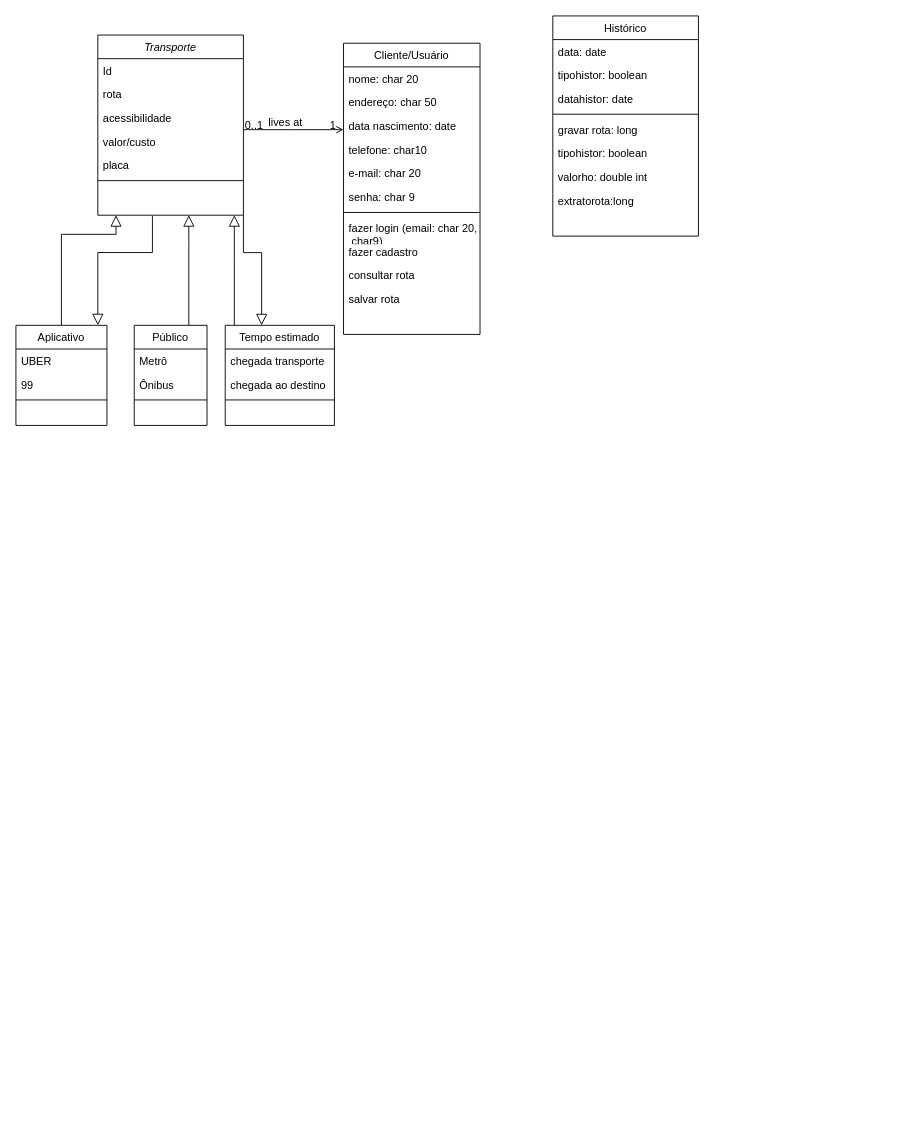
appmoovifast/Documentacao keeps this draw.io diagram as Diagrama de Classe - moovifast.drawio. Above is the earlier version. Source tidied: cells renumbered, new cells numbered last; positions are measured from the earlier drawing's top-left corner, leaving out a move shared by most shapes. Both pictures are drawn from the tidied source at 91%, with x=0, y=0 at pixel (15, 15).
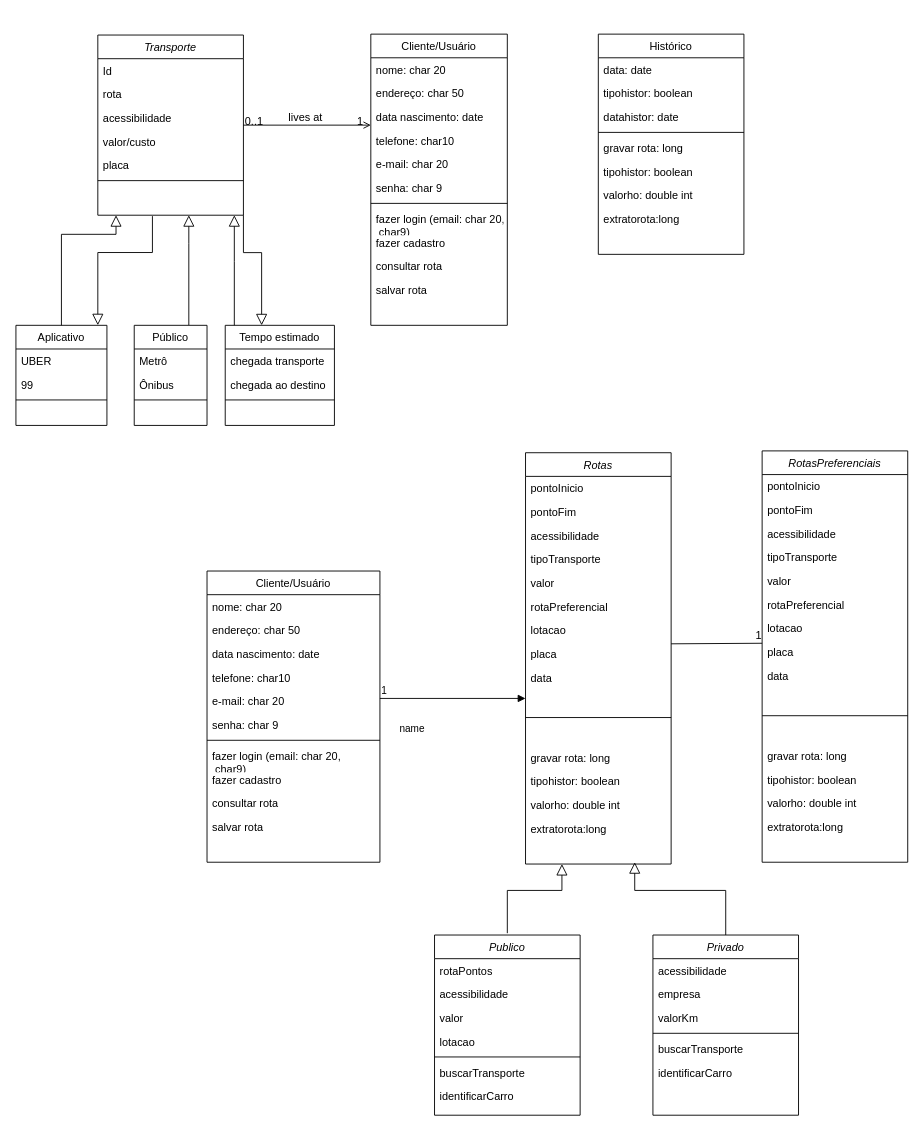
Above is the later version.

The edit, as a diff of the source:
```diff
@@
     <mxCell id="14" value="Cliente/Usuário" style="swimlane;fontStyle=0;align=center;verticalAlign=top;horizontal=1;startSize=26;rounded=0;shadow=0;strokeWidth=1;" parent="1" vertex="1">
-      <mxGeometry x="360" y="30" width="150" height="320" as="geometry" />
+      <mxGeometry x="390" y="20" width="150" height="320" as="geometry" />
     </mxCell>
@@
     <mxCell id="30" value="Histórico" style="swimlane;fontStyle=0;align=center;verticalAlign=top;horizontal=1;startSize=26;rounded=0;shadow=0;strokeWidth=1;" parent="1" vertex="1">
-      <mxGeometry x="590" width="160" height="242" as="geometry" />
+      <mxGeometry x="640" y="20" width="160" height="242" as="geometry" />
     </mxCell>
@@
+    <mxCell id="51" value="Publico" style="swimlane;fontStyle=2;align=center;verticalAlign=top;horizontal=1;startSize=26;rounded=0;shadow=0;strokeWidth=1;" parent="1" vertex="1">
+      <mxGeometry x="460" y="1010" width="160" height="198" as="geometry" />
+    </mxCell>
+    <mxCell id="52" value="rotaPontos" style="text;align=left;verticalAlign=top;spacingLeft=4;spacingRight=4;overflow=hidden;rounded=0;shadow=0;html=0;" parent="51" vertex="1">
+      <mxGeometry y="26" width="160" height="26" as="geometry" />
+    </mxCell>
+    <mxCell id="53" value="acessibilidade" style="text;align=left;verticalAlign=top;spacingLeft=4;spacingRight=4;overflow=hidden;rounded=0;shadow=0;html=0;" parent="51" vertex="1">
+      <mxGeometry y="52" width="160" height="26" as="geometry" />
+    </mxCell>
+    <mxCell id="54" value="valor" style="text;align=left;verticalAlign=top;spacingLeft=4;spacingRight=4;overflow=hidden;rounded=0;shadow=0;html=0;" parent="51" vertex="1">
+      <mxGeometry y="78" width="160" height="26" as="geometry" />
+    </mxCell>
+    <mxCell id="55" value="lotacao" style="text;align=left;verticalAlign=top;spacingLeft=4;spacingRight=4;overflow=hidden;rounded=0;shadow=0;html=0;" parent="51" vertex="1">
+      <mxGeometry y="104" width="160" height="26" as="geometry" />
+    </mxCell>
+    <mxCell id="56" style="line;html=1;strokeWidth=1;align=left;verticalAlign=middle;spacingTop=-1;spacingLeft=3;spacingRight=3;labelPosition=right;" parent="51" vertex="1">
+      <mxGeometry y="130" width="160" height="8" as="geometry" />
+    </mxCell>
+    <mxCell id="57" value="buscarTransporte" style="text;align=left;verticalAlign=top;spacingLeft=4;spacingRight=4;overflow=hidden;" parent="51" vertex="1">
+      <mxGeometry y="138" width="160" height="26" as="geometry" />
+    </mxCell>
+    <mxCell id="58" value="identificarCarro" style="text;align=left;verticalAlign=top;spacingLeft=4;spacingRight=4;overflow=hidden;" parent="51" vertex="1">
+      <mxGeometry y="164" width="160" height="26" as="geometry" />
+    </mxCell>
+    <mxCell id="59" value="Privado" style="swimlane;fontStyle=2;align=center;verticalAlign=top;horizontal=1;startSize=26;rounded=0;shadow=0;strokeWidth=1;" parent="1" vertex="1">
+      <mxGeometry x="700" y="1010" width="160" height="198" as="geometry" />
+    </mxCell>
+    <mxCell id="60" value="acessibilidade" style="text;align=left;verticalAlign=top;spacingLeft=4;spacingRight=4;overflow=hidden;rounded=0;shadow=0;html=0;" parent="59" vertex="1">
+      <mxGeometry y="26" width="160" height="26" as="geometry" />
+    </mxCell>
+    <mxCell id="61" value="empresa" style="text;align=left;verticalAlign=top;spacingLeft=4;spacingRight=4;overflow=hidden;rounded=0;shadow=0;html=0;" parent="59" vertex="1">
+      <mxGeometry y="52" width="160" height="26" as="geometry" />
+    </mxCell>
+    <mxCell id="62" value="valorKm" style="text;align=left;verticalAlign=top;spacingLeft=4;spacingRight=4;overflow=hidden;rounded=0;shadow=0;html=0;" parent="59" vertex="1">
+      <mxGeometry y="78" width="160" height="26" as="geometry" />
+    </mxCell>
+    <mxCell id="63" style="line;html=1;strokeWidth=1;align=left;verticalAlign=middle;spacingTop=-1;spacingLeft=3;spacingRight=3;labelPosition=right;" parent="59" vertex="1">
+      <mxGeometry y="104" width="160" height="8" as="geometry" />
+    </mxCell>
+    <mxCell id="64" value="buscarTransporte" style="text;align=left;verticalAlign=top;spacingLeft=4;spacingRight=4;overflow=hidden;" parent="59" vertex="1">
+      <mxGeometry y="112" width="160" height="26" as="geometry" />
+    </mxCell>
+    <mxCell id="65" value="identificarCarro" style="text;align=left;verticalAlign=top;spacingLeft=4;spacingRight=4;overflow=hidden;" parent="59" vertex="1">
+      <mxGeometry y="138" width="160" height="26" as="geometry" />
+    </mxCell>
+    <mxCell id="66" value="Rotas" style="swimlane;fontStyle=2;align=center;verticalAlign=top;horizontal=1;startSize=26;rounded=0;shadow=0;strokeWidth=1;" parent="1" vertex="1">
+      <mxGeometry x="560" y="480" width="160" height="452" as="geometry" />
+    </mxCell>
+    <mxCell id="67" value="pontoInicio" style="text;align=left;verticalAlign=top;spacingLeft=4;spacingRight=4;overflow=hidden;rounded=0;shadow=0;html=0;" parent="66" vertex="1">
+      <mxGeometry y="26" width="160" height="26" as="geometry" />
+    </mxCell>
+    <mxCell id="68" value="pontoFim" style="text;align=left;verticalAlign=top;spacingLeft=4;spacingRight=4;overflow=hidden;rounded=0;shadow=0;html=0;" parent="66" vertex="1">
+      <mxGeometry y="52" width="160" height="26" as="geometry" />
+    </mxCell>
+    <mxCell id="69" value="acessibilidade" style="text;align=left;verticalAlign=top;spacingLeft=4;spacingRight=4;overflow=hidden;rounded=0;shadow=0;html=0;" parent="66" vertex="1">
+      <mxGeometry y="78" width="160" height="26" as="geometry" />
+    </mxCell>
+    <mxCell id="70" value="tipoTransporte" style="text;align=left;verticalAlign=top;spacingLeft=4;spacingRight=4;overflow=hidden;rounded=0;shadow=0;html=0;" parent="66" vertex="1">
+      <mxGeometry y="104" width="160" height="26" as="geometry" />
+    </mxCell>
+    <mxCell id="71" value="valor" style="text;align=left;verticalAlign=top;spacingLeft=4;spacingRight=4;overflow=hidden;rounded=0;shadow=0;html=0;" parent="66" vertex="1">
+      <mxGeometry y="130" width="160" height="26" as="geometry" />
+    </mxCell>
+    <mxCell id="72" value="rotaPreferencial" style="text;align=left;verticalAlign=top;spacingLeft=4;spacingRight=4;overflow=hidden;rounded=0;shadow=0;html=0;" parent="66" vertex="1">
+      <mxGeometry y="156" width="160" height="26" as="geometry" />
+    </mxCell>
+    <mxCell id="73" value="lotacao" style="text;align=left;verticalAlign=top;spacingLeft=4;spacingRight=4;overflow=hidden;rounded=0;shadow=0;html=0;" parent="66" vertex="1">
+      <mxGeometry y="182" width="160" height="26" as="geometry" />
+    </mxCell>
+    <mxCell id="74" value="placa" style="text;align=left;verticalAlign=top;spacingLeft=4;spacingRight=4;overflow=hidden;rounded=0;shadow=0;html=0;" parent="66" vertex="1">
+      <mxGeometry y="208" width="160" height="26" as="geometry" />
+    </mxCell>
+    <mxCell id="75" value="data" style="text;align=left;verticalAlign=top;spacingLeft=4;spacingRight=4;overflow=hidden;rounded=0;shadow=0;html=0;" parent="66" vertex="1">
+      <mxGeometry y="234" width="160" height="26" as="geometry" />
+    </mxCell>
+    <mxCell id="76" style="line;html=1;strokeWidth=1;align=left;verticalAlign=middle;spacingTop=-1;spacingLeft=3;spacingRight=3;labelPosition=right;" parent="66" vertex="1">
+      <mxGeometry y="260" width="160" height="62" as="geometry" />
+    </mxCell>
+    <mxCell id="77" value="gravar rota: long" style="text;align=left;verticalAlign=top;spacingLeft=4;spacingRight=4;overflow=hidden;" parent="66" vertex="1">
+      <mxGeometry y="322" width="160" height="26" as="geometry" />
+    </mxCell>
+    <mxCell id="78" value="tipohistor: boolean" style="text;align=left;verticalAlign=top;spacingLeft=4;spacingRight=4;overflow=hidden;" parent="66" vertex="1">
+      <mxGeometry y="348" width="160" height="26" as="geometry" />
+    </mxCell>
+    <mxCell id="79" value="valorho: double int" style="text;align=left;verticalAlign=top;spacingLeft=4;spacingRight=4;overflow=hidden;" parent="66" vertex="1">
+      <mxGeometry y="374" width="160" height="26" as="geometry" />
+    </mxCell>
+    <mxCell id="80" value="extratorota:long" style="text;align=left;verticalAlign=top;spacingLeft=4;spacingRight=4;overflow=hidden;" parent="66" vertex="1">
+      <mxGeometry y="400" width="160" height="26" as="geometry" />
+    </mxCell>
+    <mxCell id="81" value="Cliente/Usuário" style="swimlane;fontStyle=0;align=center;verticalAlign=top;horizontal=1;startSize=26;rounded=0;shadow=0;strokeWidth=1;" parent="1" vertex="1">
+      <mxGeometry x="210" y="610" width="190" height="320" as="geometry" />
+    </mxCell>
+    <mxCell id="82" value="nome: char 20" style="text;align=left;verticalAlign=top;spacingLeft=4;spacingRight=4;overflow=hidden;" parent="81" vertex="1">
+      <mxGeometry y="26" width="190" height="26" as="geometry" />
+    </mxCell>
+    <mxCell id="83" value="endereço: char 50" style="text;align=left;verticalAlign=top;spacingLeft=4;spacingRight=4;overflow=hidden;rounded=0;shadow=0;html=0;" parent="81" vertex="1">
+      <mxGeometry y="52" width="190" height="26" as="geometry" />
+    </mxCell>
+    <mxCell id="84" value="data nascimento: date" style="text;align=left;verticalAlign=top;spacingLeft=4;spacingRight=4;overflow=hidden;rounded=0;shadow=0;html=0;" parent="81" vertex="1">
+      <mxGeometry y="78" width="190" height="26" as="geometry" />
+    </mxCell>
+    <mxCell id="85" value="telefone: char10" style="text;align=left;verticalAlign=top;spacingLeft=4;spacingRight=4;overflow=hidden;rounded=0;shadow=0;html=0;" parent="81" vertex="1">
+      <mxGeometry y="104" width="190" height="26" as="geometry" />
+    </mxCell>
+    <mxCell id="86" value="e-mail: char 20" style="text;align=left;verticalAlign=top;spacingLeft=4;spacingRight=4;overflow=hidden;rounded=0;shadow=0;html=0;" parent="81" vertex="1">
+      <mxGeometry y="130" width="190" height="26" as="geometry" />
+    </mxCell>
+    <mxCell id="87" value="senha: char 9" style="text;align=left;verticalAlign=top;spacingLeft=4;spacingRight=4;overflow=hidden;rounded=0;shadow=0;html=0;" parent="81" vertex="1">
+      <mxGeometry y="156" width="190" height="26" as="geometry" />
+    </mxCell>
+    <mxCell id="88" style="line;html=1;strokeWidth=1;align=left;verticalAlign=middle;spacingTop=-1;spacingLeft=3;spacingRight=3;labelPosition=right;" parent="81" vertex="1">
+      <mxGeometry y="182" width="190" height="8" as="geometry" />
+    </mxCell>
+    <mxCell id="89" value="fazer login (email: char 20,&#10; char9)" style="text;align=left;verticalAlign=top;spacingLeft=4;spacingRight=4;overflow=hidden;" parent="81" vertex="1">
+      <mxGeometry y="190" width="190" height="26" as="geometry" />
+    </mxCell>
+    <mxCell id="90" value="fazer cadastro" style="text;align=left;verticalAlign=top;spacingLeft=4;spacingRight=4;overflow=hidden;" parent="81" vertex="1">
+      <mxGeometry y="216" width="190" height="26" as="geometry" />
+    </mxCell>
+    <mxCell id="91" value="consultar rota" style="text;align=left;verticalAlign=top;spacingLeft=4;spacingRight=4;overflow=hidden;" parent="81" vertex="1">
+      <mxGeometry y="242" width="190" height="26" as="geometry" />
+    </mxCell>
+    <mxCell id="92" value="salvar rota" style="text;align=left;verticalAlign=top;spacingLeft=4;spacingRight=4;overflow=hidden;" parent="81" vertex="1">
+      <mxGeometry y="268" width="190" height="26" as="geometry" />
+    </mxCell>
+    <mxCell id="93" value="name" style="endArrow=block;endFill=1;html=1;edgeStyle=orthogonalEdgeStyle;align=left;verticalAlign=top;" parent="1" edge="1">
+      <mxGeometry x="-0.75" y="-20" relative="1" as="geometry">
+        <mxPoint x="400" y="750" as="sourcePoint" />
+        <mxPoint x="560" y="750" as="targetPoint" />
+      </mxGeometry>
+    </mxCell>
+    <mxCell id="94" value="1" style="edgeLabel;html=1;align=left;verticalAlign=bottom;" parent="93" vertex="1">
+      <mxGeometry x="-1" relative="1" as="geometry" />
+    </mxCell>
+    <mxCell id="95" style="endArrow=block;endSize=10;endFill=0;shadow=0;strokeWidth=1;rounded=0;edgeStyle=elbowEdgeStyle;elbow=vertical;" parent="1" edge="1" source="59">
+      <mxGeometry relative="1" as="geometry">
+        <mxPoint x="680" y="930" as="targetPoint" />
+        <Array as="points">
+          <mxPoint x="680" y="961" />
+        </Array>
+      </mxGeometry>
+    </mxCell>
+    <mxCell id="96" style="endArrow=block;endSize=10;endFill=0;shadow=0;strokeWidth=1;rounded=0;edgeStyle=elbowEdgeStyle;elbow=vertical;entryX=0.25;entryY=1;entryDx=0;entryDy=0;" parent="1" edge="1" target="66">
+      <mxGeometry relative="1" as="geometry">
+        <mxPoint x="540" y="1008" as="sourcePoint" />
+        <Array as="points">
+          <mxPoint x="570" y="961" />
+        </Array>
+      </mxGeometry>
+    </mxCell>
+    <mxCell id="97" value="RotasPreferenciais" style="swimlane;fontStyle=2;align=center;verticalAlign=top;horizontal=1;startSize=26;rounded=0;shadow=0;strokeWidth=1;" parent="1" vertex="1">
+      <mxGeometry x="820" y="478" width="160" height="452" as="geometry" />
+    </mxCell>
+    <mxCell id="98" value="pontoInicio" style="text;align=left;verticalAlign=top;spacingLeft=4;spacingRight=4;overflow=hidden;rounded=0;shadow=0;html=0;" parent="97" vertex="1">
+      <mxGeometry y="26" width="160" height="26" as="geometry" />
+    </mxCell>
+    <mxCell id="99" value="pontoFim" style="text;align=left;verticalAlign=top;spacingLeft=4;spacingRight=4;overflow=hidden;rounded=0;shadow=0;html=0;" parent="97" vertex="1">
+      <mxGeometry y="52" width="160" height="26" as="geometry" />
+    </mxCell>
+    <mxCell id="100" value="acessibilidade" style="text;align=left;verticalAlign=top;spacingLeft=4;spacingRight=4;overflow=hidden;rounded=0;shadow=0;html=0;" parent="97" vertex="1">
+      <mxGeometry y="78" width="160" height="26" as="geometry" />
+    </mxCell>
+    <mxCell id="101" value="tipoTransporte" style="text;align=left;verticalAlign=top;spacingLeft=4;spacingRight=4;overflow=hidden;rounded=0;shadow=0;html=0;" parent="97" vertex="1">
+      <mxGeometry y="104" width="160" height="26" as="geometry" />
+    </mxCell>
+    <mxCell id="102" value="valor" style="text;align=left;verticalAlign=top;spacingLeft=4;spacingRight=4;overflow=hidden;rounded=0;shadow=0;html=0;" parent="97" vertex="1">
+      <mxGeometry y="130" width="160" height="26" as="geometry" />
+    </mxCell>
+    <mxCell id="103" value="rotaPreferencial" style="text;align=left;verticalAlign=top;spacingLeft=4;spacingRight=4;overflow=hidden;rounded=0;shadow=0;html=0;" parent="97" vertex="1">
+      <mxGeometry y="156" width="160" height="26" as="geometry" />
+    </mxCell>
+    <mxCell id="104" value="lotacao" style="text;align=left;verticalAlign=top;spacingLeft=4;spacingRight=4;overflow=hidden;rounded=0;shadow=0;html=0;" parent="97" vertex="1">
+      <mxGeometry y="182" width="160" height="26" as="geometry" />
+    </mxCell>
+    <mxCell id="105" value="placa" style="text;align=left;verticalAlign=top;spacingLeft=4;spacingRight=4;overflow=hidden;points=[[0,0.5],[1,0.5]];portConstraint=eastwest;rounded=0;shadow=0;html=0;" parent="97" vertex="1">
+      <mxGeometry y="208" width="160" height="26" as="geometry" />
+    </mxCell>
+    <mxCell id="106" value="data" style="text;align=left;verticalAlign=top;spacingLeft=4;spacingRight=4;overflow=hidden;rounded=0;shadow=0;html=0;" parent="97" vertex="1">
+      <mxGeometry y="234" width="160" height="26" as="geometry" />
+    </mxCell>
+    <mxCell id="107" style="line;html=1;strokeWidth=1;align=left;verticalAlign=middle;spacingTop=-1;spacingLeft=3;spacingRight=3;labelPosition=right;" parent="97" vertex="1">
+      <mxGeometry y="260" width="160" height="62" as="geometry" />
+    </mxCell>
+    <mxCell id="108" value="gravar rota: long" style="text;align=left;verticalAlign=top;spacingLeft=4;spacingRight=4;overflow=hidden;" parent="97" vertex="1">
+      <mxGeometry y="322" width="160" height="26" as="geometry" />
+    </mxCell>
+    <mxCell id="109" value="tipohistor: boolean" style="text;align=left;verticalAlign=top;spacingLeft=4;spacingRight=4;overflow=hidden;" parent="97" vertex="1">
+      <mxGeometry y="348" width="160" height="26" as="geometry" />
+    </mxCell>
+    <mxCell id="110" value="valorho: double int" style="text;align=left;verticalAlign=top;spacingLeft=4;spacingRight=4;overflow=hidden;" parent="97" vertex="1">
+      <mxGeometry y="374" width="160" height="26" as="geometry" />
+    </mxCell>
+    <mxCell id="111" value="extratorota:long" style="text;align=left;verticalAlign=top;spacingLeft=4;spacingRight=4;overflow=hidden;" parent="97" vertex="1">
+      <mxGeometry y="400" width="160" height="26" as="geometry" />
+    </mxCell>
+    <mxCell id="112" style="endArrow=none;html=1;rounded=0;entryX=0;entryY=0.13;entryDx=0;entryDy=0;entryPerimeter=0;" parent="1" edge="1" target="105">
+      <mxGeometry relative="1" as="geometry">
+        <mxPoint x="720" y="690" as="sourcePoint" />
+      </mxGeometry>
+    </mxCell>
+    <mxCell id="113" value="1" style="html=1;align=right;verticalAlign=bottom;" parent="112" vertex="1">
+      <mxGeometry x="1" relative="1" as="geometry" />
+    </mxCell>
```
